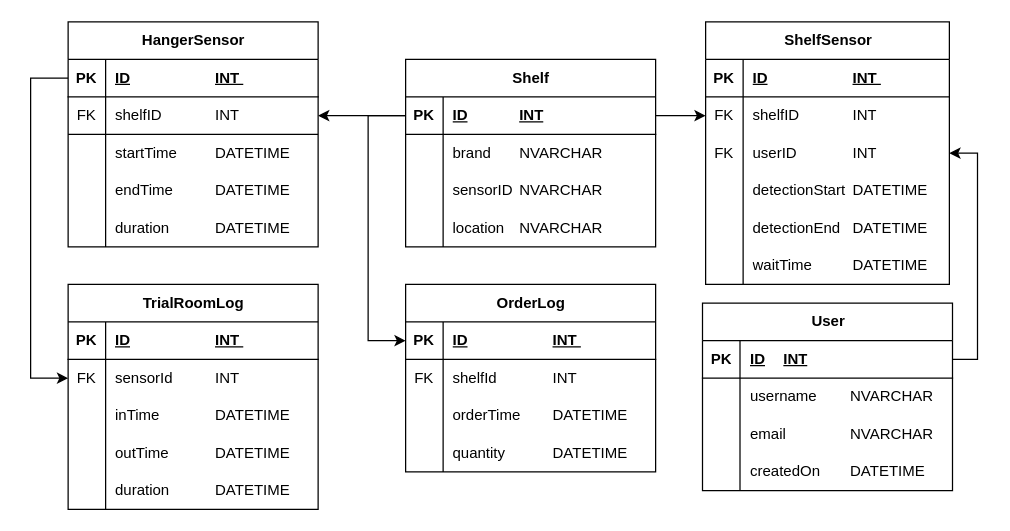
Above: dev/DataBaseEntity.drawio in yuneshwaran/ShoppersTracking (draw.io), before the change. Source tidied: cells renumbered, new cells numbered last; positions are measured from the earlier drawing's top-left corner, leaving out a move shared by most shapes. Both pictures are drawn from the tidied source at 125%, with x=0, y=0 at pixel (30, 21).
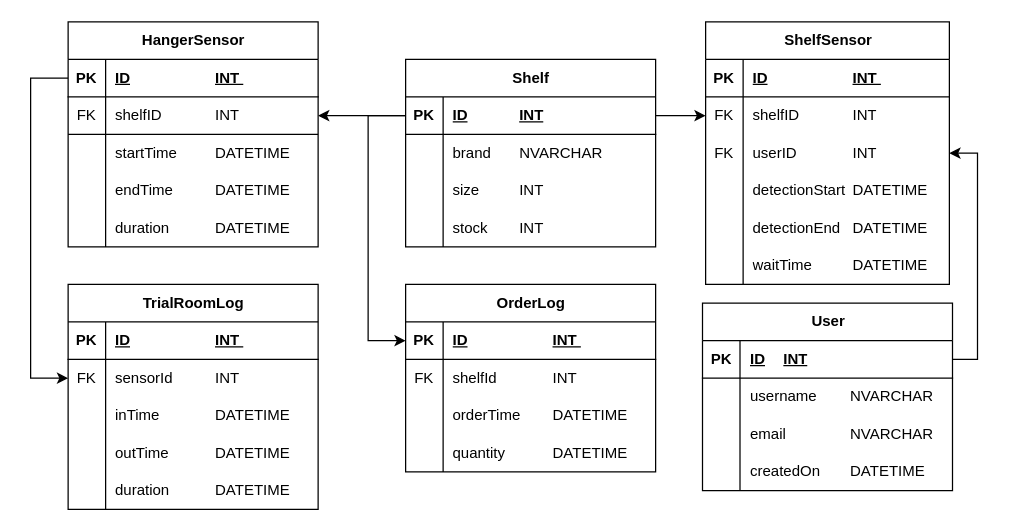
The same page after the edit.

The change refers to these unchanged cells:
```xml
<mxCell id="59" style="shape=tableRow;horizontal=0;startSize=0;swimlaneHead=0;swimlaneBody=0;fillColor=none;top=0;left=0;right=0;bottom=0;" parent="52" vertex="1">
  <mxGeometry y="90" width="200" height="30" as="geometry" />
</mxCell>
<mxCell id="62" style="shape=tableRow;horizontal=0;startSize=0;swimlaneHead=0;swimlaneBody=0;fillColor=none;top=0;left=0;right=0;bottom=0;" parent="52" vertex="1">
  <mxGeometry y="120" width="200" height="30" as="geometry" />
</mxCell>
```

Diff of the diagram source:
```diff
@@
-    <mxCell id="61" value="sensorID&lt;span style=&quot;white-space: pre;&quot;&gt;&#9;&lt;/span&gt;NVARCHAR" style="shape=partialRectangle;fillColor=none;top=0;left=0;bottom=0;right=0;align=left;spacingLeft=6;overflow=hidden;whiteSpace=wrap;html=1;" parent="59" vertex="1">
+    <mxCell id="61" value="size&lt;span style=&quot;white-space: pre;&quot;&gt;&#9;&lt;/span&gt;&lt;span style=&quot;white-space: pre;&quot;&gt;&#9;&lt;/span&gt;INT" style="shape=partialRectangle;fillColor=none;top=0;left=0;bottom=0;right=0;align=left;spacingLeft=6;overflow=hidden;whiteSpace=wrap;html=1;" parent="59" vertex="1">
       <mxGeometry x="30" width="170" height="30" as="geometry" />
     </mxCell>
@@
-    <mxCell id="64" value="location&lt;span style=&quot;white-space: pre;&quot;&gt;&#9;&lt;/span&gt;NVARCHAR" style="shape=partialRectangle;fillColor=none;top=0;left=0;bottom=0;right=0;align=left;spacingLeft=6;overflow=hidden;whiteSpace=wrap;html=1;" parent="62" vertex="1">
+    <mxCell id="64" value="stock&lt;span style=&quot;white-space: pre;&quot;&gt;&#9;&lt;/span&gt;INT" style="shape=partialRectangle;fillColor=none;top=0;left=0;bottom=0;right=0;align=left;spacingLeft=6;overflow=hidden;whiteSpace=wrap;html=1;" parent="62" vertex="1">
       <mxGeometry x="30" width="170" height="30" as="geometry" />
     </mxCell>
```
